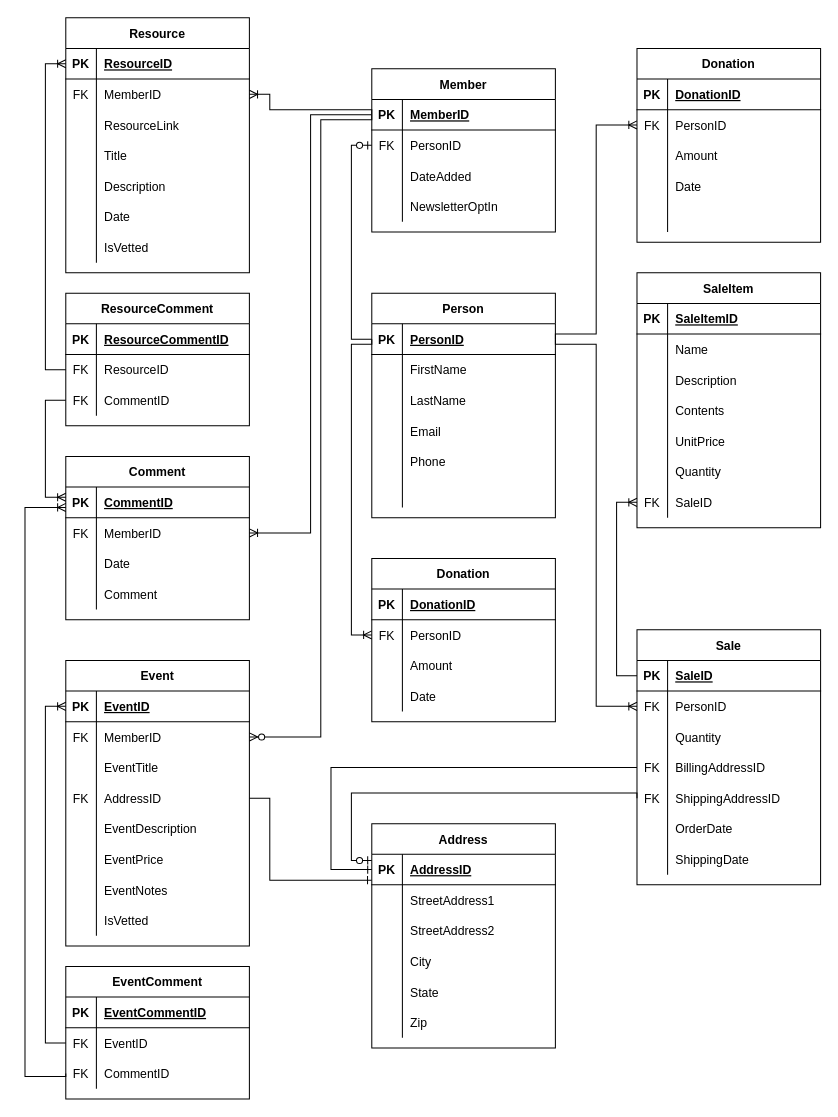
Above: Diagrams/ClimateEntityDiagram-6.drawio in BeartoothHiker/it-120-group-project (draw.io), before the change. Source tidied: cells renumbered, new cells numbered last; positions are measured from the earlier drawing's top-left corner, leaving out a move shared by most shapes. Both pictures are drawn from the tidied source at 102%, with x=0, y=0 at pixel (24, 17).
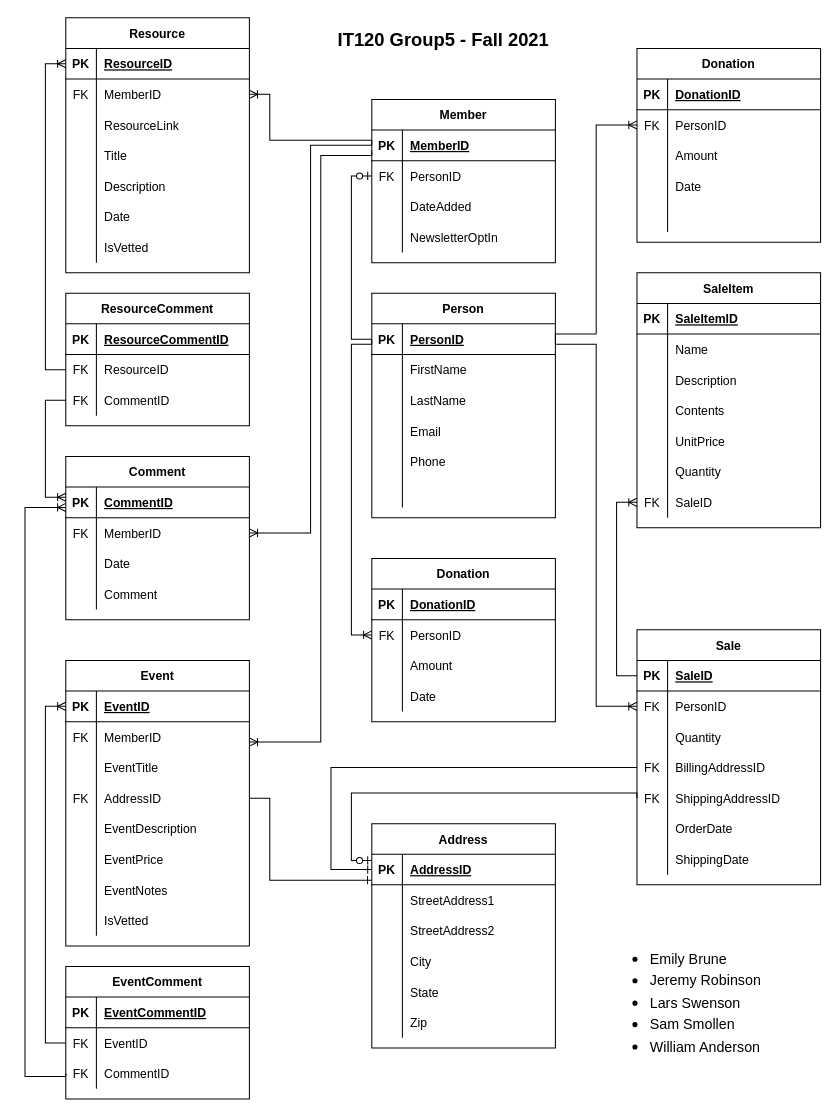
Above is the later version.

Commit message (it also covers changes not shown here):
Fix up arrows, add names

Unchanged cells that the change refers to:
```xml
<mxCell id="3" style="shape=partialRectangle;fillColor=none;top=0;left=0;bottom=1;right=0;points=[[0,0.5],[1,0.5]];portConstraint=eastwest;" parent="2" vertex="1">
  <mxGeometry y="30" width="180" height="30" as="geometry" />
</mxCell>
<mxCell id="25" style="shape=partialRectangle;fillColor=none;top=0;left=0;bottom=0;right=0;points=[[0,0.5],[1,0.5]];portConstraint=eastwest;" parent="21" vertex="1">
  <mxGeometry y="60" width="180" height="30" as="geometry" />
</mxCell>
<mxCell id="38" style="shape=partialRectangle;fillColor=none;top=0;left=0;bottom=0;right=0;points=[[0,0.5],[1,0.5]];portConstraint=eastwest;" parent="34" vertex="1">
  <mxGeometry y="60" width="180" height="30" as="geometry" />
</mxCell>
<mxCell id="60" style="shape=partialRectangle;fillColor=none;top=0;left=0;bottom=0;right=0;points=[[0,0.5],[1,0.5]];portConstraint=eastwest;" parent="56" vertex="1">
  <mxGeometry y="60" width="180" height="30" as="geometry" />
</mxCell>
<mxCell id="82" style="shape=partialRectangle;fillColor=none;top=0;left=0;bottom=1;right=0;points=[[0,0.5],[1,0.5]];portConstraint=eastwest;" parent="81" vertex="1">
  <mxGeometry y="30" width="180" height="30" as="geometry" />
</mxCell>
<mxCell id="85" style="shape=partialRectangle;fillColor=none;top=0;left=0;bottom=0;right=0;points=[[0,0.5],[1,0.5]];portConstraint=eastwest;" parent="81" vertex="1">
  <mxGeometry y="60" width="180" height="30" as="geometry" />
</mxCell>
```

The edit, as a diff of the source:
```diff
@@
     <mxCell id="81" value="Member" style="shape=table;startSize=30;childLayout=tableLayout;rowLines=0;fontStyle=1;align=center;" parent="1" vertex="1">
-      <mxGeometry x="340" y="50" width="180" height="160" as="geometry" />
+      <mxGeometry x="340" y="80" width="180" height="160" as="geometry" />
     </mxCell>
@@
-    <mxCell id="94" style="edgeStyle=orthogonalEdgeStyle;fontSize=12;html=1;endArrow=ERzeroToMany;endFill=1;rounded=0;exitX=0;exitY=0.5;exitDx=0;exitDy=0;entryX=1;entryY=0.5;entryDx=0;entryDy=0;" parent="1" edge="1" source="82" target="60">
+    <mxCell id="94" style="edgeStyle=orthogonalEdgeStyle;fontSize=12;html=1;endArrow=ERoneToMany;endFill=0;rounded=0;exitX=0;exitY=0.5;exitDx=0;exitDy=0;entryX=1;entryY=0.5;entryDx=0;entryDy=0;" parent="1" edge="1">
       <mxGeometry relative="1" as="geometry">
+        <mxPoint x="340" y="130" as="sourcePoint" />
+        <mxPoint x="220" y="710" as="targetPoint" />
         <Array as="points">
-          <mxPoint x="340" y="100" />
-          <mxPoint x="290" y="100" />
-          <mxPoint x="290" y="705" />
+          <mxPoint x="340" y="135" />
+          <mxPoint x="290" y="135" />
+          <mxPoint x="290" y="710" />
         </Array>
       </mxGeometry>
     </mxCell>
     <mxCell id="95" style="edgeStyle=orthogonalEdgeStyle;fontSize=12;html=1;endArrow=ERoneToMany;endFill=0;rounded=0;elbow=vertical;exitX=0;exitY=0.5;exitDx=0;exitDy=0;entryX=1;entryY=0.5;entryDx=0;entryDy=0;" parent="1" edge="1" source="82" target="25">
       <mxGeometry relative="1" as="geometry">
         <Array as="points">
-          <mxPoint x="280" y="95" />
+          <mxPoint x="280" y="125" />
           <mxPoint x="280" y="505" />
         </Array>
       </mxGeometry>
     </mxCell>
     <mxCell id="96" style="edgeStyle=orthogonalEdgeStyle;fontSize=12;html=1;endArrow=ERoneToMany;endFill=0;rounded=0;entryX=1;entryY=0.5;entryDx=0;entryDy=0;exitX=0;exitY=0.5;exitDx=0;exitDy=0;" parent="1" edge="1" source="82" target="38">
       <mxGeometry relative="1" as="geometry">
         <Array as="points">
-          <mxPoint x="340" y="90" />
-          <mxPoint x="240" y="90" />
+          <mxPoint x="340" y="120" />
+          <mxPoint x="240" y="120" />
           <mxPoint x="240" y="75" />
         </Array>
       </mxGeometry>
     </mxCell>
@@
     <mxCell id="178" style="edgeStyle=orthogonalEdgeStyle;fontSize=12;html=1;endArrow=none;endFill=0;rounded=0;exitX=0;exitY=0.5;exitDx=0;exitDy=0;entryX=0;entryY=0.5;entryDx=0;entryDy=0;startArrow=ERzeroToOne;startFill=0;" parent="1" edge="1" source="85" target="3">
       <mxGeometry relative="1" as="geometry">
         <Array as="points">
-          <mxPoint x="320" y="125" />
+          <mxPoint x="320" y="155" />
           <mxPoint x="320" y="315" />
         </Array>
       </mxGeometry>
     </mxCell>
@@
+    <mxCell id="221" value="&lt;font style=&quot;font-size: 18px&quot;&gt;IT120 Group5 - Fall 2021&lt;/font&gt;" style="text;strokeColor=none;fillColor=none;html=1;fontSize=24;fontStyle=1;verticalAlign=middle;align=center;" parent="1" vertex="1">
+      <mxGeometry x="260" width="300" height="40" as="geometry" />
+    </mxCell>
+    <mxCell id="222" value="&lt;ul&gt;&lt;li&gt;&lt;font style=&quot;font-size: 14px&quot;&gt;Emily Brune&lt;/font&gt;&lt;/li&gt;&lt;li&gt;&lt;font style=&quot;font-size: 14px&quot;&gt;Jeremy Robinso&lt;font&gt;n&lt;/font&gt;&lt;/font&gt;&lt;/li&gt;&lt;li&gt;&lt;font style=&quot;font-size: 14px&quot;&gt;Lars Swenson&lt;/font&gt;&lt;/li&gt;&lt;li&gt;&lt;font style=&quot;font-size: 14px&quot;&gt;Sam Smollen&lt;/font&gt;&lt;/li&gt;&lt;li&gt;&lt;font style=&quot;font-size: 14px&quot;&gt;William Anderson&lt;/font&gt;&lt;/li&gt;&lt;/ul&gt;" style="text;strokeColor=none;fillColor=none;html=1;whiteSpace=wrap;verticalAlign=middle;overflow=hidden;fontSize=18;" parent="1" vertex="1">
+      <mxGeometry x="571" y="890" width="209" height="150" as="geometry" />
+    </mxCell>
```
